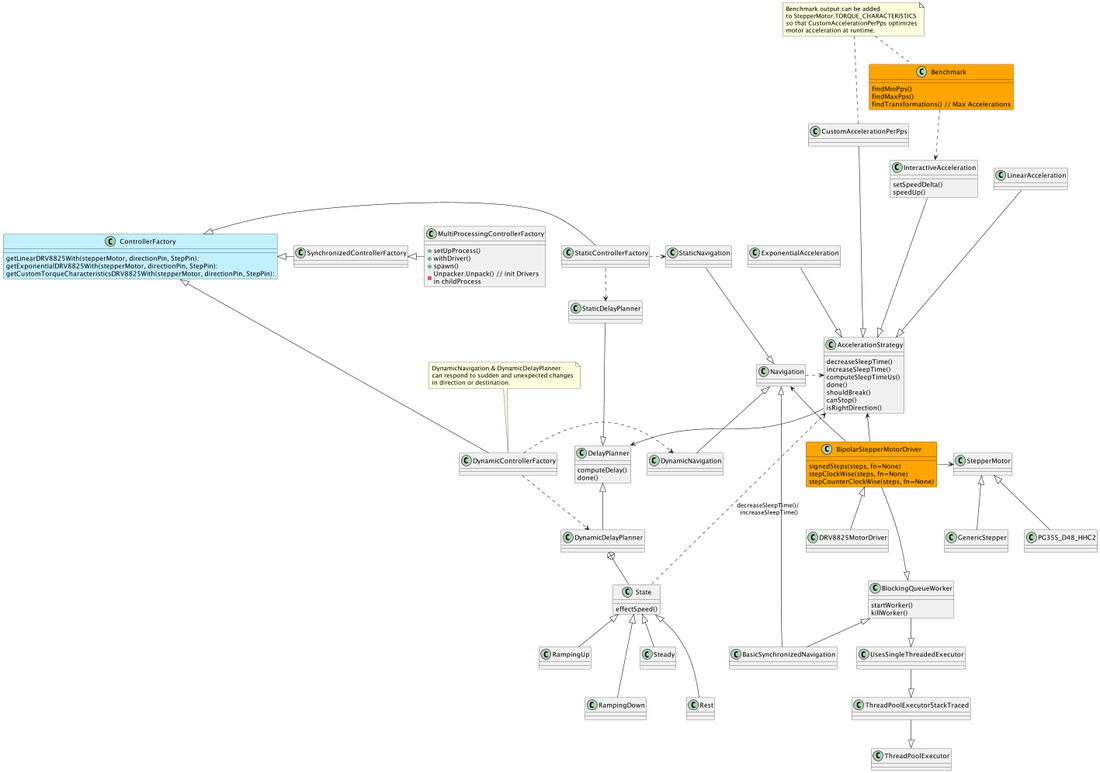
Earlier version of the PlantUML export doc/collab.png (juanmf/StepperMotors).
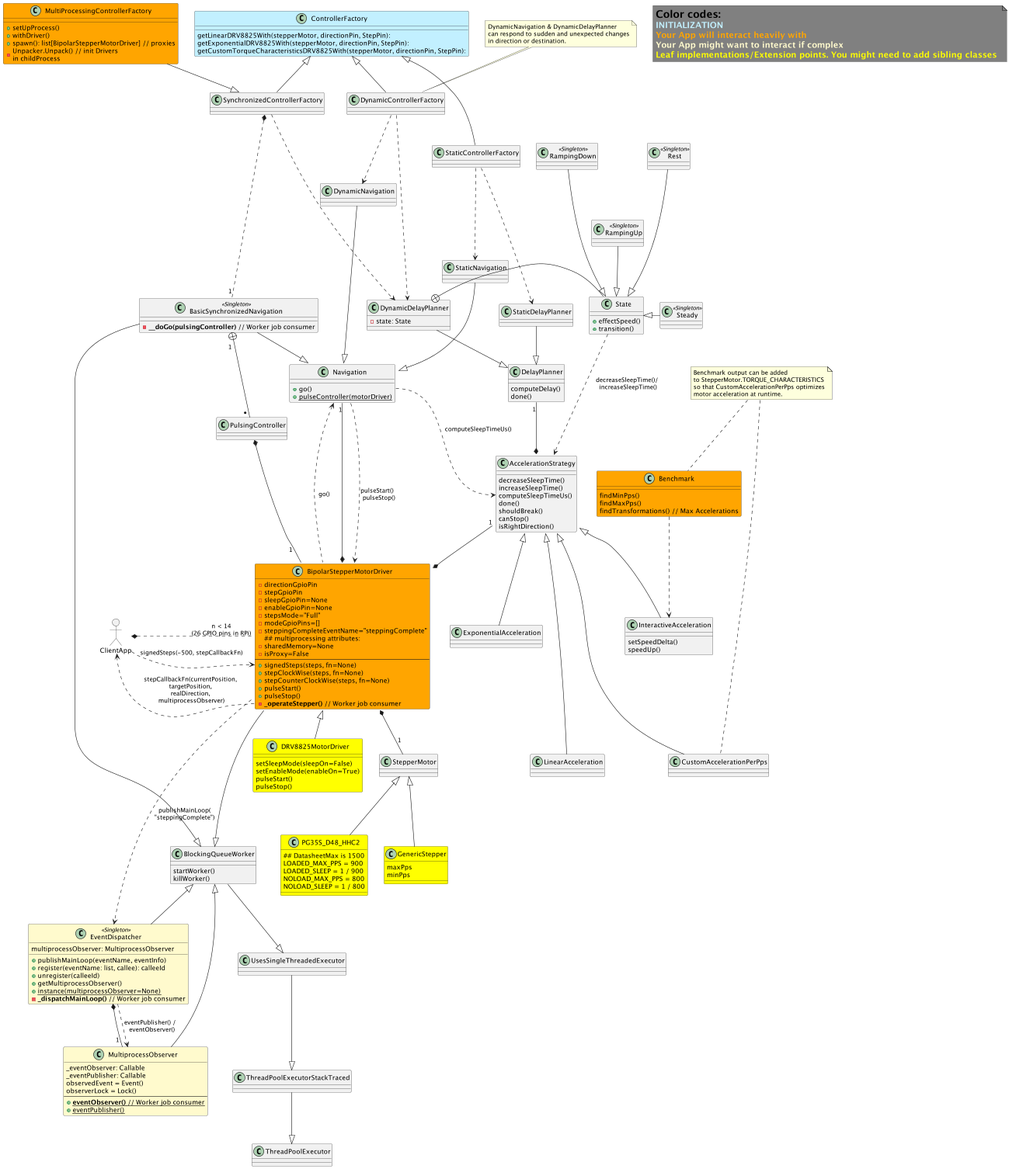
The same diagram one commit later.

Change to the diagram source:
```diff
@@ -1,7 +1,36 @@
 @startuml
+
+note as N3  #grey
+<size:22>**Color codes:**
+<size:18><color APPLICATION >**INITIALIZATION** </color>
+<size:18><color orange >**Your App will interact heavily with** </color>
+<size:18><color LemonChiffon >**Your App might want to interact if complex** </color>
+<size:18><color yellow >**Leaf implementations/Extension points. You might need to add sibling classes** </color>
+end note
+
 class BlockingQueueWorker {
     startWorker()
     killWorker()
+}
+
+class EventDispatcher <<Singleton>> #LemonChiffon {
+multiprocessObserver: MultiprocessObserver
++ publishMainLoop(eventName, eventInfo)
++ register(eventName: list, callee): calleeId
++ unregister(calleeId)
++ getMultiprocessObserver()
++ {static} instance(multiprocessObserver=None)
+- **_dispatchMainLoop()** // Worker job consumer
+}
+
+class MultiprocessObserver #LemonChiffon {
+_eventObserver: Callable
+_eventPublisher: Callable
+observedEvent = Event()
+observerLock = Lock()
+--
++ {static} **eventObserver()** // Worker job consumer
++ {static} eventPublisher()
 }
 class UsesSingleThreadedExecutor
 class ThreadPoolExecutorStackTraced
@@ -13,17 +42,22 @@
 }
 class StaticControllerFactory
 class DynamicControllerFactory
-class MultiProcessingControllerFactory {
+class MultiProcessingControllerFactory #Orange {
     +setUpProcess()
     +withDriver()
-    +spawn()
+    +spawn(): list[BipolarStepperMotorDriver] // proxies
     -Unpacker.Unpack() // init Drivers \nin childProcess
 }
 
-class Navigation
+class Navigation {
++ go()
++ {static} pulseController(motorDriver)
+}
 class StaticNavigation
 class DynamicNavigation
-class BasicSynchronizedNavigation
+class BasicSynchronizedNavigation <<Singleton>> {
+- **__doGo(pulsingController)** // Worker job consumer
+}
 
 class Benchmark #Orange {
 findMinPps()
@@ -32,16 +66,45 @@
 }
 
 class BipolarStepperMotorDriver #Orange{
-    signedSteps(steps, fn=None)
-    stepClockWise(steps, fn=None)
-    stepCounterClockWise(steps, fn=None)
+     - directionGpioPin
+     - stepGpioPin
+     - sleepGpioPin=None
+     - enableGpioPin=None
+     - stepsMode="Full"
+     - modeGpioPins=[]
+     - steppingCompleteEventName="steppingComplete"
+     ## multiprocessing attributes:
+     - sharedMemory=None
+     - isProxy=False
+     --
+    + signedSteps(steps, fn=None)
+    + stepClockWise(steps, fn=None)
+    + stepCounterClockWise(steps, fn=None)
+    + pulseStart()
+    + pulseStop()
+    - **_operateStepper()** // Worker job consumer
 }
 
-class DRV8825MotorDriver
+class DRV8825MotorDriver #Yellow {
+setSleepMode(sleepOn=False)
+setEnableMode(enableOn=True)
+pulseStart()
+pulseStop()
+}
 
 class StepperMotor
-class PG35S_D48_HHC2
-class GenericStepper
+class PG35S_D48_HHC2 #Yellow {
+    ## DatasheetMax is 1500
+    LOADED_MAX_PPS = 900
+    LOADED_SLEEP = 1 / 900
+    NOLOAD_MAX_PPS = 800
+    NOLOAD_SLEEP = 1 / 800
+}
+
+class GenericStepper #Yellow {
+maxPps
+minPps
+}
 
 class AccelerationStrategy {
     decreaseSleepTime()
@@ -67,61 +130,89 @@
 }
 
 class StaticDelayPlanner
-class DynamicDelayPlanner
+class DynamicDelayPlanner {
+    - state: State
+}
 class State {
-    effectSpeed()
+    + effectSpeed()
+    + transition()
 }
+class Rest <<Singleton>>
+class RampingUp <<Singleton>>
+class RampingDown <<Singleton>>
+class Steady <<Singleton>>
+
+mix_actor ClientApp
 
 ThreadPoolExecutorStackTraced --|> ThreadPoolExecutor
 UsesSingleThreadedExecutor --|> ThreadPoolExecutorStackTraced
 BlockingQueueWorker --|> UsesSingleThreadedExecutor
 BipolarStepperMotorDriver ---|> BlockingQueueWorker
+EventDispatcher -up-|> BlockingQueueWorker
 
 PG35S_D48_HHC2 -up-|> StepperMotor
 GenericStepper -up-|> StepperMotor
 
-StaticControllerFactory -left-|> ControllerFactory
-DynamicControllerFactory -left-|> ControllerFactory
-SynchronizedControllerFactory -left-|> ControllerFactory
-MultiProcessingControllerFactory -left-|> SynchronizedControllerFactory
+StaticControllerFactory -up-|> ControllerFactory
+DynamicControllerFactory -up-|> ControllerFactory
+SynchronizedControllerFactory -up-|> ControllerFactory
+MultiProcessingControllerFactory -down-|> SynchronizedControllerFactory
 
 DRV8825MotorDriver -up-|> BipolarStepperMotorDriver
 
 StaticDelayPlanner -down-|> DelayPlanner
-DynamicDelayPlanner -up-|> DelayPlanner
-DynamicDelayPlanner +-- State
+DynamicDelayPlanner -down-|> DelayPlanner
+DynamicDelayPlanner +-right- State
 
-Rest -up--|> State
-RampingUp -up-|> State
-RampingDown -up--|> State
-Steady -up-|> State
+Rest -down--|> State
+RampingUp -down-|> State
+RampingDown -down--|> State
+Steady -left-|> State
 
 StaticNavigation -down-|> Navigation
-DynamicNavigation -up-|> Navigation
-BasicSynchronizedNavigation -up-|> Navigation
-BasicSynchronizedNavigation -up-|> BlockingQueueWorker
+DynamicNavigation -down-|> Navigation
+BasicSynchronizedNavigation -down-|> Navigation
+BasicSynchronizedNavigation -down-|> BlockingQueueWorker
+MultiprocessObserver -up-|> BlockingQueueWorker
+MultiprocessObserver "1 " -up-* EventDispatcher
 
-LinearAcceleration ---|> AccelerationStrategy
-ExponentialAcceleration --|> AccelerationStrategy
-CustomAccelerationPerPps --|> AccelerationStrategy
-InteractiveAcceleration ---|> AccelerationStrategy
+LinearAcceleration -up--|> AccelerationStrategy
+ExponentialAcceleration -up-|> AccelerationStrategy
+CustomAccelerationPerPps -up--|> AccelerationStrategy
+InteractiveAcceleration -up-|> AccelerationStrategy
+BasicSynchronizedNavigation "\n    1" +-- "*  " PulsingController
+PulsingController *-- "1    \n" BipolarStepperMotorDriver
 
-BipolarStepperMotorDriver -left-> Navigation
-BipolarStepperMotorDriver -up-> AccelerationStrategy
-BipolarStepperMotorDriver -right-> StepperMotor
+EventDispatcher .down.> MultiprocessObserver : eventPublisher() / \n eventObserver()
+BipolarStepperMotorDriver *-left-  "1" Navigation
+BipolarStepperMotorDriver *-up-  "1" AccelerationStrategy
+BipolarStepperMotorDriver *-down- " 1\n"  StepperMotor
 
-Navigation .right.> AccelerationStrategy
-AccelerationStrategy --> DelayPlanner
+Navigation::go .down.> AccelerationStrategy::computeSleepTimeUs : computeSleepTimeUs()
+Navigation .down.> BipolarStepperMotorDriver : pulseStart() \n pulseStop()
+Navigation <.down. BipolarStepperMotorDriver : go()
+
+AccelerationStrategy *-up- "1" DelayPlanner
 
 State ..> AccelerationStrategy : decreaseSleepTime()/\n increaseSleepTime()
 
 Benchmark ..> InteractiveAcceleration
 
-StaticControllerFactory .right.> StaticDelayPlanner
-StaticControllerFactory .right.> StaticNavigation
+StaticControllerFactory .down..> StaticDelayPlanner
+StaticControllerFactory .down.> StaticNavigation
 
-DynamicControllerFactory .right.> DynamicDelayPlanner
-DynamicControllerFactory .right.> DynamicNavigation
+DynamicControllerFactory .down...> DynamicDelayPlanner
+DynamicControllerFactory .down.> DynamicNavigation
+
+SynchronizedControllerFactory .down...> DynamicDelayPlanner
+SynchronizedControllerFactory *.down. "1"  BasicSynchronizedNavigation
+
+BipolarStepperMotorDriver .down.> EventDispatcher : publishMainLoop(\n"steppingComplete")
+
+ClientApp *.right.. "n < 14\n(26 GPIO pins in RPi)" BipolarStepperMotorDriver
+ClientApp .right.> BipolarStepperMotorDriver::signedSteps : signedSteps(-500, stepCallbackFn)
+ClientApp <.right. BipolarStepperMotorDriver::operateStepper : stepCallbackFn(currentPosition, \ntargetPosition, \nrealDirection, \nmultiprocessObserver)
+
 
 note as N1
 Benchmark output can be added
@@ -140,4 +231,5 @@
 N1 .. CustomAccelerationPerPps
 
 N2 .. DynamicControllerFactory
+
 @enduml
```
